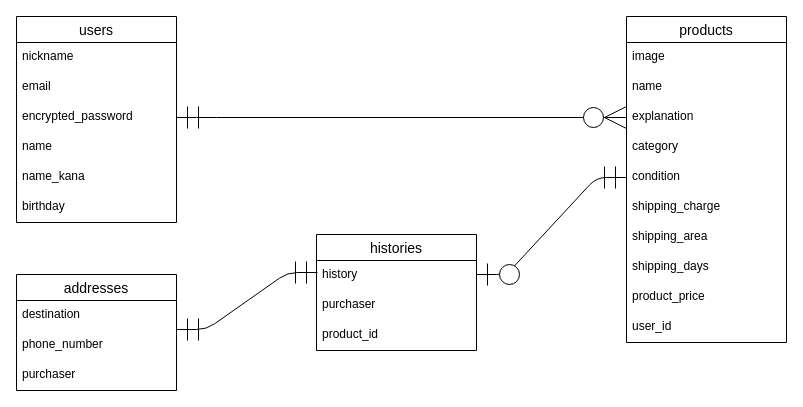
tomato95yen/furima-33463 keeps this draw.io diagram as er_diagram.dio. Above is the earlier version. Source tidied: cells renumbered, new cells numbered last; positions are measured from the earlier drawing's top-left corner, leaving out a move shared by most shapes. Both pictures are drawn from the tidied source at 100%, with x=0, y=0 at pixel (16, 16).
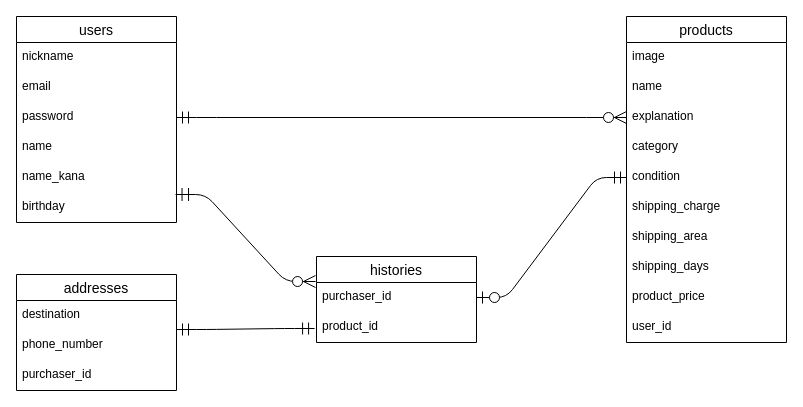
The same diagram, later.

Commit message (it also covers changes not shown here):
DB設計の修正２

Unchanged cells that the change refers to:
```xml
<mxCell id="2" value="users" style="swimlane;fontStyle=0;horizontal=1;startSize=26;align=center;fontSize=14;" parent="1" vertex="1">
  <mxGeometry width="160" height="206" as="geometry" />
</mxCell>
<mxCell id="8" value="birthday&#10;" style="text;strokeColor=none;fillColor=none;spacingLeft=4;spacingRight=4;overflow=hidden;points=[[0,0.5],[1,0.5]];portConstraint=eastwest;fontSize=12;" parent="2" vertex="1">
  <mxGeometry y="176" width="160" height="30" as="geometry" />
</mxCell>
<mxCell id="12" value="explanation" style="text;strokeColor=none;fillColor=none;spacingLeft=4;spacingRight=4;overflow=hidden;points=[[0,0.5],[1,0.5]];portConstraint=eastwest;fontSize=12;" parent="9" vertex="1">
  <mxGeometry y="86" width="160" height="30" as="geometry" />
</mxCell>
<mxCell id="14" value="condition" style="text;strokeColor=none;fillColor=none;spacingLeft=4;spacingRight=4;overflow=hidden;points=[[0,0.5],[1,0.5]];portConstraint=eastwest;fontSize=12;" parent="9" vertex="1">
  <mxGeometry y="146" width="160" height="30" as="geometry" />
</mxCell>
<mxCell id="20" value="addresses" style="swimlane;fontStyle=0;horizontal=1;startSize=26;align=center;fontSize=14;" parent="1" vertex="1">
  <mxGeometry y="258" width="160" height="116" as="geometry" />
</mxCell>
<mxCell id="21" value="destination" style="text;strokeColor=none;fillColor=none;spacingLeft=4;spacingRight=4;overflow=hidden;points=[[0,0.5],[1,0.5]];portConstraint=eastwest;fontSize=12;" parent="20" vertex="1">
  <mxGeometry y="26" width="160" height="30" as="geometry" />
</mxCell>
```

Diff of the diagram source:
```diff
@@
-    <mxCell id="5" value="encrypted_password" style="text;strokeColor=none;fillColor=none;spacingLeft=4;spacingRight=4;overflow=hidden;points=[[0,0.5],[1,0.5]];portConstraint=eastwest;fontSize=12;" parent="2" vertex="1">
+    <mxCell id="5" value="password" style="text;strokeColor=none;fillColor=none;spacingLeft=4;spacingRight=4;overflow=hidden;points=[[0,0.5],[1,0.5]];portConstraint=eastwest;fontSize=12;" parent="2" vertex="1">
       <mxGeometry y="86" width="160" height="30" as="geometry" />
     </mxCell>
@@
-    <mxCell id="23" value="purchaser" style="text;strokeColor=none;fillColor=none;spacingLeft=4;spacingRight=4;overflow=hidden;fontSize=12;" parent="20" vertex="1">
+    <mxCell id="23" value="purchaser_id" style="text;strokeColor=none;fillColor=none;spacingLeft=4;spacingRight=4;overflow=hidden;fontSize=12;" parent="20" vertex="1">
       <mxGeometry y="86" width="160" height="30" as="geometry" />
     </mxCell>
-    <mxCell id="24" style="edgeStyle=entityRelationEdgeStyle;fontSize=12;html=1;endArrow=ERzeroToMany;startArrow=ERmandOne;exitX=1;exitY=0.5;exitDx=0;exitDy=0;entryX=0;entryY=0.5;entryDx=0;entryDy=0;endSize=20;startSize=20;" parent="1" edge="1" source="5" target="12">
+    <mxCell id="24" style="edgeStyle=entityRelationEdgeStyle;fontSize=12;html=1;endArrow=ERzeroToMany;startArrow=ERmandOne;exitX=1;exitY=0.5;exitDx=0;exitDy=0;entryX=0;entryY=0.5;entryDx=0;entryDy=0;endSize=10;startSize=10;" parent="1" edge="1" source="5" target="12">
       <mxGeometry relative="1" as="geometry" />
     </mxCell>
     <mxCell id="25" value="histories" style="swimlane;fontStyle=0;horizontal=1;startSize=26;align=center;fontSize=14;" parent="1" vertex="1">
-      <mxGeometry x="300" y="218" width="160" height="116" as="geometry" />
+      <mxGeometry x="300" y="240" width="160" height="86" as="geometry" />
     </mxCell>
-    <mxCell id="26" value="history" style="text;strokeColor=none;fillColor=none;spacingLeft=4;spacingRight=4;overflow=hidden;points=[[0,0.5],[1,0.5]];portConstraint=eastwest;fontSize=12;" parent="25" vertex="1">
-      <mxGeometry y="26" width="160" height="30" as="geometry" />
-    </mxCell>
-    <mxCell id="27" value="purchaser" style="text;strokeColor=none;fillColor=none;spacingLeft=4;spacingRight=4;overflow=hidden;points=[[0,0.5],[1,0.5]];portConstraint=eastwest;fontSize=12;" parent="25" vertex="1">
-      <mxGeometry y="56" width="160" height="30" as="geometry" />
+    <mxCell id="27" value="purchaser_id" style="text;strokeColor=none;fillColor=none;spacingLeft=4;spacingRight=4;overflow=hidden;points=[[0,0.5],[1,0.5]];portConstraint=eastwest;fontSize=12;" parent="25" vertex="1">
+      <mxGeometry y="26" width="160" height="30" as="geometry" />
     </mxCell>
     <mxCell id="28" value="product_id" style="text;strokeColor=none;fillColor=none;spacingLeft=4;spacingRight=4;overflow=hidden;points=[[0,0.5],[1,0.5]];portConstraint=eastwest;fontSize=12;" parent="25" vertex="1">
-      <mxGeometry y="86" width="160" height="30" as="geometry" />
+      <mxGeometry y="56" width="160" height="30" as="geometry" />
     </mxCell>
-    <mxCell id="29" style="edgeStyle=entityRelationEdgeStyle;fontSize=12;html=1;endArrow=ERzeroToOne;startArrow=ERmandOne;endSize=20;startSize=20;entryX=1;entryY=0.467;entryDx=0;entryDy=0;entryPerimeter=0;" parent="1" edge="1" source="14" target="26">
+    <mxCell id="29" style="edgeStyle=entityRelationEdgeStyle;fontSize=12;html=1;endArrow=ERzeroToOne;startArrow=ERmandOne;endSize=10;startSize=10;" parent="1" edge="1" source="14" target="27">
       <mxGeometry relative="1" as="geometry" />
     </mxCell>
-    <mxCell id="30" style="edgeStyle=entityRelationEdgeStyle;fontSize=12;html=1;endArrow=ERmandOne;startArrow=ERmandOne;exitX=1;exitY=0.967;exitDx=0;exitDy=0;exitPerimeter=0;entryX=0.006;entryY=0.067;entryDx=0;entryDy=0;entryPerimeter=0;endSize=20;startSize=20;" parent="1" edge="1" source="21">
-      <mxGeometry relative="1" as="geometry">
-        <mxPoint x="301" y="256" as="targetPoint" />
-      </mxGeometry>
+    <mxCell id="30" style="edgeStyle=entityRelationEdgeStyle;fontSize=12;html=1;endArrow=ERmandOne;startArrow=ERmandOne;exitX=1;exitY=0.967;exitDx=0;exitDy=0;exitPerimeter=0;endSize=10;startSize=10;entryX=-0.012;entryY=0.533;entryDx=0;entryDy=0;entryPerimeter=0;" parent="1" edge="1" source="21" target="28">
+      <mxGeometry relative="1" as="geometry" />
     </mxCell>
+    <mxCell id="31" style="edgeStyle=entityRelationEdgeStyle;fontSize=12;html=1;endArrow=ERzeroToMany;startArrow=ERmandOne;exitX=0.994;exitY=0.067;exitDx=0;exitDy=0;exitPerimeter=0;entryX=-0.006;entryY=-0.033;entryDx=0;entryDy=0;entryPerimeter=0;strokeWidth=1;endSize=10;startSize=11;" parent="1" edge="1" source="8" target="27">
+      <mxGeometry relative="1" as="geometry" />
+    </mxCell>
```
